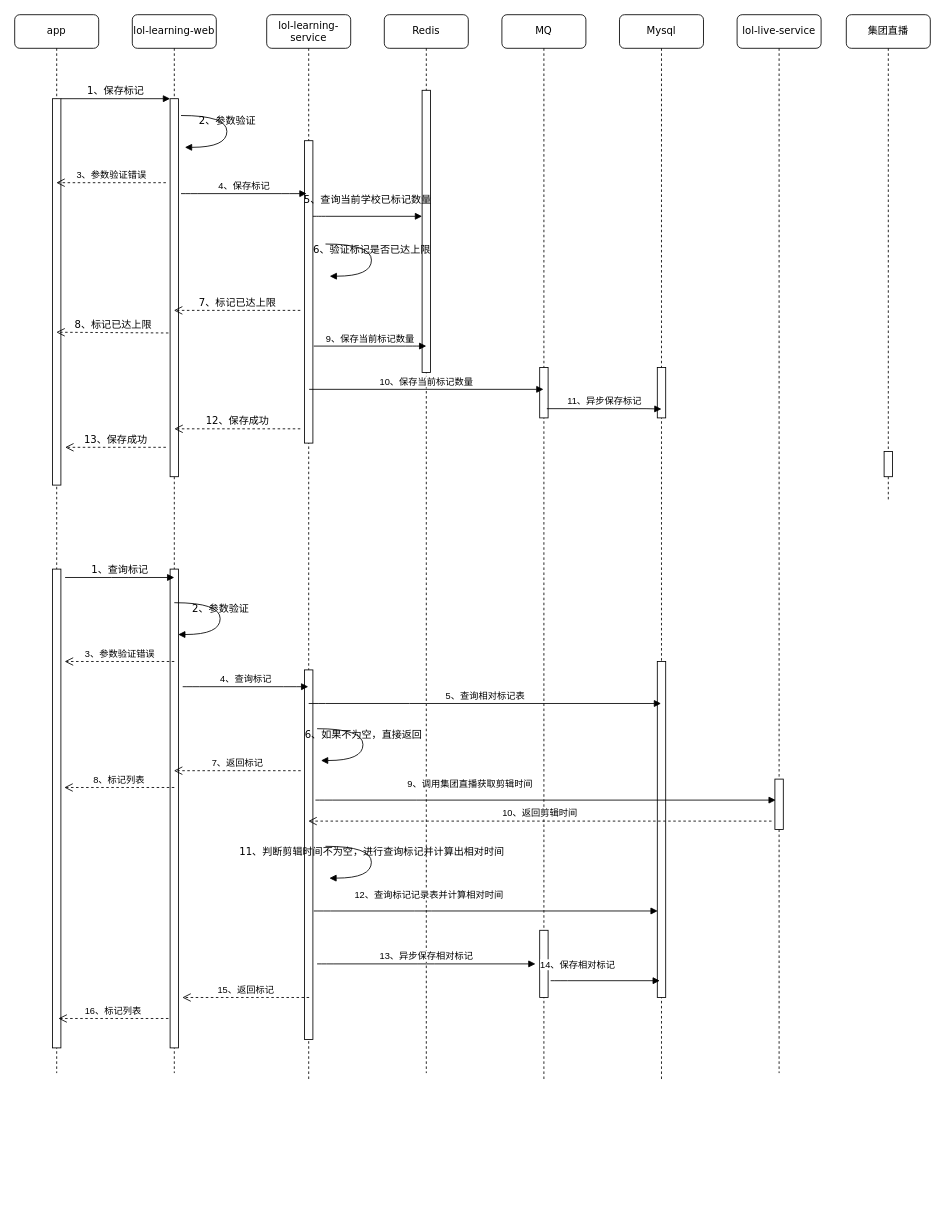
The draw.io diagram src/main/resources/爱学习学生端时序图.drawio in likedong/ho, before the edit. Source tidied: cells renumbered, new cells numbered last; positions are measured from the earlier drawing's top-left corner, leaving out a move shared by most shapes. Both pictures are drawn from the tidied source at 84%, with x=0, y=0 at pixel (14, 14).
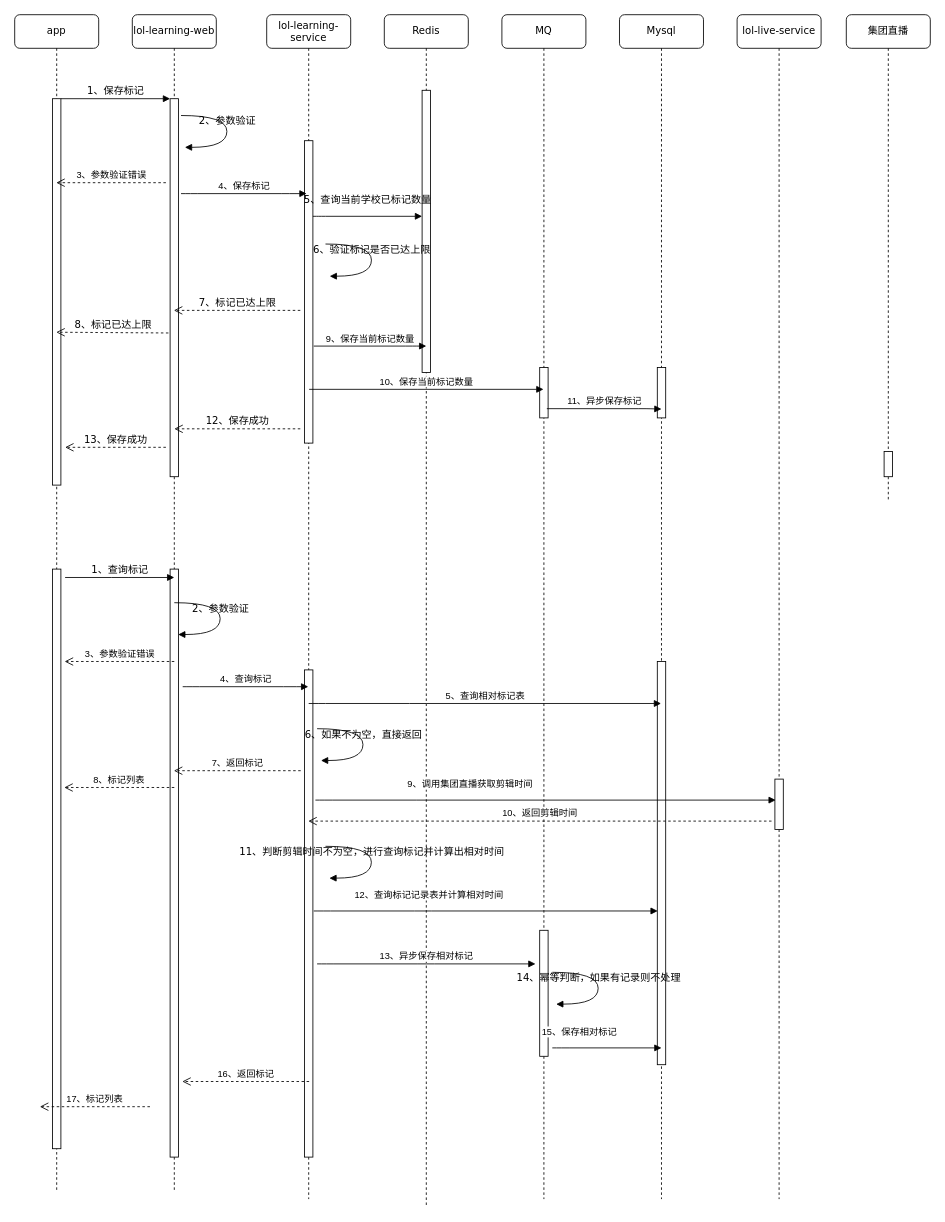
After the change.

Commit message (it also covers changes not shown here):
Update 爱学习学生端时序图.drawio

Change to the diagram source:
```diff
@@
     <mxCell id="2" value="lol-learning-web" style="shape=umlLifeline;perimeter=lifelinePerimeter;whiteSpace=wrap;html=1;outlineConnect=0;rounded=1;shadow=0;comic=0;labelBackgroundColor=none;strokeWidth=1;fontFamily=Verdana;fontSize=12;align=center;" parent="1" vertex="1">
-      <mxGeometry x="140" width="100" height="1260" as="geometry" />
+      <mxGeometry x="140" width="100" height="1400" as="geometry" />
     </mxCell>
@@
     <mxCell id="5" style="html=1;perimeter=orthogonalPerimeter;rounded=0;shadow=0;comic=0;labelBackgroundColor=none;strokeColor=#000000;strokeWidth=1;fillColor=#FFFFFF;fontFamily=Verdana;fontSize=12;fontColor=#000000;align=center;" parent="2" vertex="1">
-      <mxGeometry x="45" y="660" width="10" height="570" as="geometry" />
+      <mxGeometry x="45" y="660" width="10" height="700" as="geometry" />
     </mxCell>
     <mxCell id="6" value="lol-learning-service" style="shape=umlLifeline;perimeter=lifelinePerimeter;whiteSpace=wrap;html=1;rounded=1;shadow=0;comic=0;labelBackgroundColor=none;strokeWidth=1;fontFamily=Verdana;fontSize=12;align=center;" parent="1" vertex="1">
-      <mxGeometry x="300" width="100" height="1270" as="geometry" />
+      <mxGeometry x="300" width="100" height="1410" as="geometry" />
     </mxCell>
@@
     <mxCell id="8" style="html=1;perimeter=orthogonalPerimeter;rounded=0;shadow=0;comic=0;labelBackgroundColor=none;strokeColor=#000000;strokeWidth=1;fillColor=#FFFFFF;fontFamily=Verdana;fontSize=12;fontColor=#000000;align=center;" parent="6" vertex="1">
-      <mxGeometry x="45" y="780" width="10" height="440" as="geometry" />
+      <mxGeometry x="45" y="780" width="10" height="580" as="geometry" />
     </mxCell>
     <mxCell id="9" value="&lt;span&gt;Redis&lt;/span&gt;" style="shape=umlLifeline;perimeter=lifelinePerimeter;whiteSpace=wrap;html=1;rounded=1;shadow=0;comic=0;labelBackgroundColor=none;strokeWidth=1;fontFamily=Verdana;fontSize=12;align=center;" parent="1" vertex="1">
-      <mxGeometry x="440" width="100" height="1260" as="geometry" />
+      <mxGeometry x="440" width="100" height="1420" as="geometry" />
     </mxCell>
@@
     <mxCell id="11" value="MQ" style="shape=umlLifeline;perimeter=lifelinePerimeter;whiteSpace=wrap;html=1;rounded=1;shadow=0;comic=0;labelBackgroundColor=none;strokeWidth=1;fontFamily=Verdana;fontSize=12;align=center;" parent="1" vertex="1">
-      <mxGeometry x="580" width="100" height="1270" as="geometry" />
+      <mxGeometry x="580" width="100" height="1410" as="geometry" />
     </mxCell>
@@
     <mxCell id="13" style="html=1;perimeter=orthogonalPerimeter;rounded=0;shadow=0;comic=0;labelBackgroundColor=none;strokeWidth=1;fontFamily=Verdana;fontSize=12;align=center;" parent="11" vertex="1">
-      <mxGeometry x="45" y="1090" width="10" height="80" as="geometry" />
+      <mxGeometry x="45" y="1090" width="10" height="150" as="geometry" />
     </mxCell>
     <mxCell id="14" value="Mysql" style="shape=umlLifeline;perimeter=lifelinePerimeter;whiteSpace=wrap;html=1;outlineConnect=0;rounded=1;shadow=0;comic=0;labelBackgroundColor=none;strokeWidth=1;fontFamily=Verdana;fontSize=12;align=center;" parent="1" vertex="1">
-      <mxGeometry x="720" width="100" height="1270" as="geometry" />
+      <mxGeometry x="720" width="100" height="1410" as="geometry" />
     </mxCell>
@@
     <mxCell id="16" style="html=1;perimeter=orthogonalPerimeter;rounded=0;shadow=0;comic=0;labelBackgroundColor=none;strokeWidth=1;fontFamily=Verdana;fontSize=12;align=center;" parent="14" vertex="1">
-      <mxGeometry x="45" y="770" width="10" height="400" as="geometry" />
+      <mxGeometry x="45" y="770" width="10" height="480" as="geometry" />
     </mxCell>
     <mxCell id="17" value="lol-live-service" style="shape=umlLifeline;perimeter=lifelinePerimeter;whiteSpace=wrap;html=1;rounded=1;shadow=0;comic=0;labelBackgroundColor=none;strokeWidth=1;fontFamily=Verdana;fontSize=12;align=center;" parent="1" vertex="1">
-      <mxGeometry x="860" width="100" height="1260" as="geometry" />
+      <mxGeometry x="860" width="100" height="1410" as="geometry" />
     </mxCell>
@@
     <mxCell id="19" value="app" style="shape=umlLifeline;perimeter=lifelinePerimeter;whiteSpace=wrap;html=1;outlineConnect=0;rounded=1;shadow=0;comic=0;labelBackgroundColor=none;strokeWidth=1;fontFamily=Verdana;fontSize=12;align=center;" parent="1" vertex="1">
-      <mxGeometry width="100" height="1260" as="geometry" />
+      <mxGeometry width="100" height="1400" as="geometry" />
     </mxCell>
@@
     <mxCell id="21" style="html=1;perimeter=orthogonalPerimeter;rounded=0;shadow=0;comic=0;labelBackgroundColor=none;strokeColor=#000000;strokeWidth=1;fillColor=#FFFFFF;fontFamily=Verdana;fontSize=12;fontColor=#000000;align=center;" parent="19" vertex="1">
-      <mxGeometry x="45" y="660" width="10" height="570" as="geometry" />
+      <mxGeometry x="45" y="660" width="10" height="690" as="geometry" />
     </mxCell>
@@
-    <mxCell id="50" value="14、保存相对标记" style="html=1;verticalAlign=bottom;endArrow=block;" parent="1" edge="1">
+    <mxCell id="50" value="15、保存相对标记" style="html=1;verticalAlign=bottom;endArrow=block;" parent="1" edge="1">
       <mxGeometry x="-0.51" y="10" relative="1" as="geometry">
-        <mxPoint x="638" y="1150" as="sourcePoint" />
-        <mxPoint x="768" y="1150" as="targetPoint" />
+        <mxPoint x="640" y="1230" as="sourcePoint" />
+        <mxPoint x="770" y="1230" as="targetPoint" />
         <Array as="points">
-          <mxPoint x="648" y="1150" />
-          <mxPoint x="768" y="1150" />
+          <mxPoint x="650" y="1230" />
+          <mxPoint x="770" y="1230" />
         </Array>
       </mxGeometry>
     </mxCell>
-    <mxCell id="51" value="15、返回标记" style="html=1;verticalAlign=bottom;endArrow=open;dashed=1;endSize=8;" parent="1" edge="1">
+    <mxCell id="51" value="16、返回标记" style="html=1;verticalAlign=bottom;endArrow=open;dashed=1;endSize=8;" parent="1" edge="1">
       <mxGeometry relative="1" as="geometry">
-        <mxPoint x="350.5" y="1170" as="sourcePoint" />
-        <mxPoint x="199.5" y="1170" as="targetPoint" />
+        <mxPoint x="350.5" y="1270" as="sourcePoint" />
+        <mxPoint x="199.5" y="1270" as="targetPoint" />
       </mxGeometry>
     </mxCell>
-    <mxCell id="52" value="16、标记列表" style="html=1;verticalAlign=bottom;endArrow=open;dashed=1;endSize=8;" parent="1" edge="1">
+    <mxCell id="52" value="17、标记列表" style="html=1;verticalAlign=bottom;endArrow=open;dashed=1;endSize=8;" parent="1" edge="1">
       <mxGeometry relative="1" as="geometry">
-        <mxPoint x="183" y="1195" as="sourcePoint" />
-        <mxPoint x="52" y="1195" as="targetPoint" />
+        <mxPoint x="161" y="1300" as="sourcePoint" />
+        <mxPoint x="30" y="1300" as="targetPoint" />
       </mxGeometry>
     </mxCell>
+    <mxCell id="53" value="14、幂等判断，如果有记录则不处理" style="html=1;verticalAlign=bottom;endArrow=block;labelBackgroundColor=none;fontFamily=Verdana;fontSize=12;elbow=vertical;edgeStyle=orthogonalEdgeStyle;curved=1;entryX=1;entryY=0.286;entryPerimeter=0;exitX=1.038;exitY=0.345;exitPerimeter=0;" parent="1" edge="1">
+      <mxGeometry relative="1" as="geometry">
+        <mxPoint x="640" y="1140" as="sourcePoint" />
+        <mxPoint x="644.6" y="1177.9" as="targetPoint" />
+        <Array as="points">
+          <mxPoint x="694.6" y="1139.9" />
+          <mxPoint x="694.6" y="1177.9" />
+        </Array>
+      </mxGeometry>
+    </mxCell>
```
